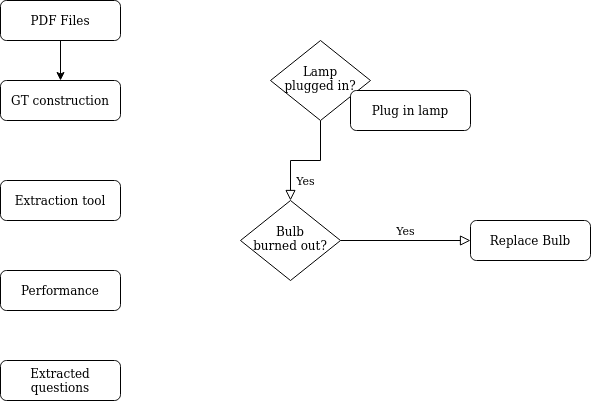
Before: test diagram.png, a diagram exported from draw.io (karinawie/process-diagram). Source tidied: cells renumbered, new cells last; positions are measured from the earlier drawing's top-left corner, leaving out a move shared by most shapes.
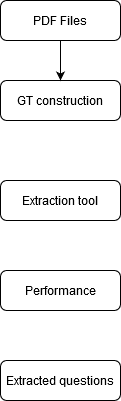
Later version of the same file.

Change to the diagram source:
```diff
@@ -5,27 +5,9 @@
     <mxCell id="2" value="PDF Files" style="rounded=1;whiteSpace=wrap;html=1;fontSize=12;glass=0;strokeWidth=1;shadow=0;" parent="1" vertex="1">
       <mxGeometry width="120" height="40" as="geometry" />
     </mxCell>
-    <mxCell id="3" value="Yes" style="rounded=0;html=1;jettySize=auto;fontSize=11;endArrow=block;endFill=0;endSize=8;strokeWidth=1;shadow=0;labelBackgroundColor=none;edgeStyle=orthogonalEdgeStyle;" parent="1" edge="1" source="4" target="7">
-      <mxGeometry y="20" relative="1" as="geometry" />
-    </mxCell>
-    <mxCell id="4" value="Lamp&lt;br&gt;plugged in?" style="rhombus;whiteSpace=wrap;html=1;shadow=0;fontFamily=Helvetica;fontSize=12;align=center;strokeWidth=1;spacing=6;spacingTop=-4;" parent="1" vertex="1">
-      <mxGeometry x="270" y="40" width="100" height="80" as="geometry" />
-    </mxCell>
-    <mxCell id="5" value="Plug in lamp" style="rounded=1;whiteSpace=wrap;html=1;fontSize=12;glass=0;strokeWidth=1;shadow=0;" parent="1" vertex="1">
-      <mxGeometry x="350" y="90" width="120" height="40" as="geometry" />
-    </mxCell>
-    <mxCell id="6" value="Yes" style="edgeStyle=orthogonalEdgeStyle;rounded=0;html=1;jettySize=auto;fontSize=11;endArrow=block;endFill=0;endSize=8;strokeWidth=1;shadow=0;labelBackgroundColor=none;" parent="1" edge="1" source="7" target="9">
-      <mxGeometry y="10" relative="1" as="geometry" />
-    </mxCell>
-    <mxCell id="7" value="Bulb&lt;br&gt;burned out?" style="rhombus;whiteSpace=wrap;html=1;shadow=0;fontFamily=Helvetica;fontSize=12;align=center;strokeWidth=1;spacing=6;spacingTop=-4;" parent="1" vertex="1">
-      <mxGeometry x="240" y="200" width="100" height="80" as="geometry" />
-    </mxCell>
     <mxCell id="8" value="Extracted questions" style="rounded=1;whiteSpace=wrap;html=1;fontSize=12;glass=0;strokeWidth=1;shadow=0;" parent="1" vertex="1">
       <mxGeometry y="360" width="120" height="40" as="geometry" />
     </mxCell>
-    <mxCell id="9" value="Replace Bulb" style="rounded=1;whiteSpace=wrap;html=1;fontSize=12;glass=0;strokeWidth=1;shadow=0;" parent="1" vertex="1">
-      <mxGeometry x="470" y="220" width="120" height="40" as="geometry" />
-    </mxCell>
     <mxCell id="10" value="GT construction" style="rounded=1;whiteSpace=wrap;html=1;fontSize=12;glass=0;strokeWidth=1;shadow=0;" parent="1" vertex="1">
       <mxGeometry y="80" width="120" height="40" as="geometry" />
     </mxCell>
```
